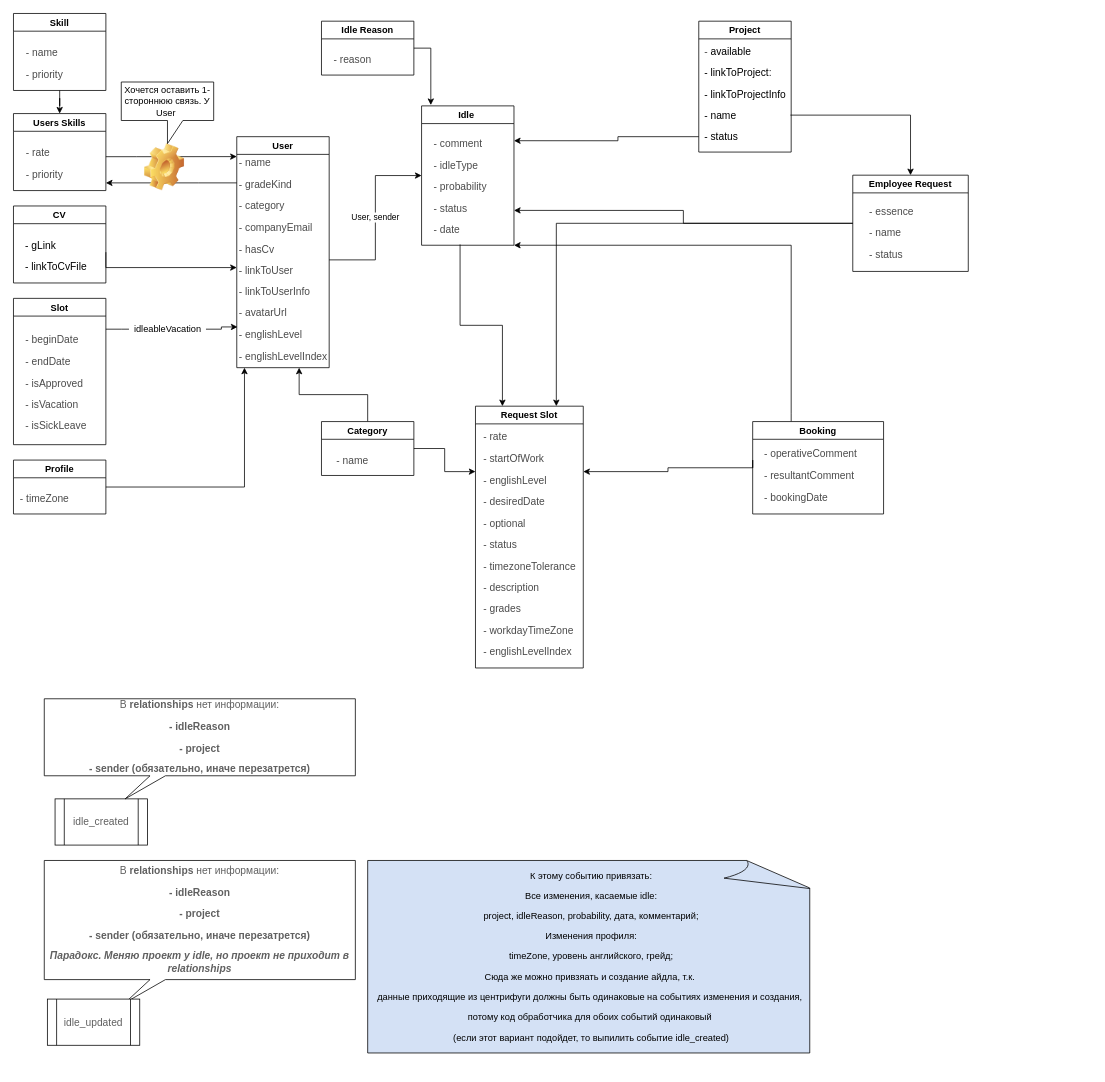
Before: idles/Untitled Diagram.drawio in Nats92/diagrams, a draw.io diagram. Source tidied: cells renumbered, new cells numbered last; positions are measured from the earlier drawing's top-left corner, leaving out a move shared by most shapes. Both pictures are drawn from the tidied source at 77%, with x=0, y=0 at pixel (13, 13).
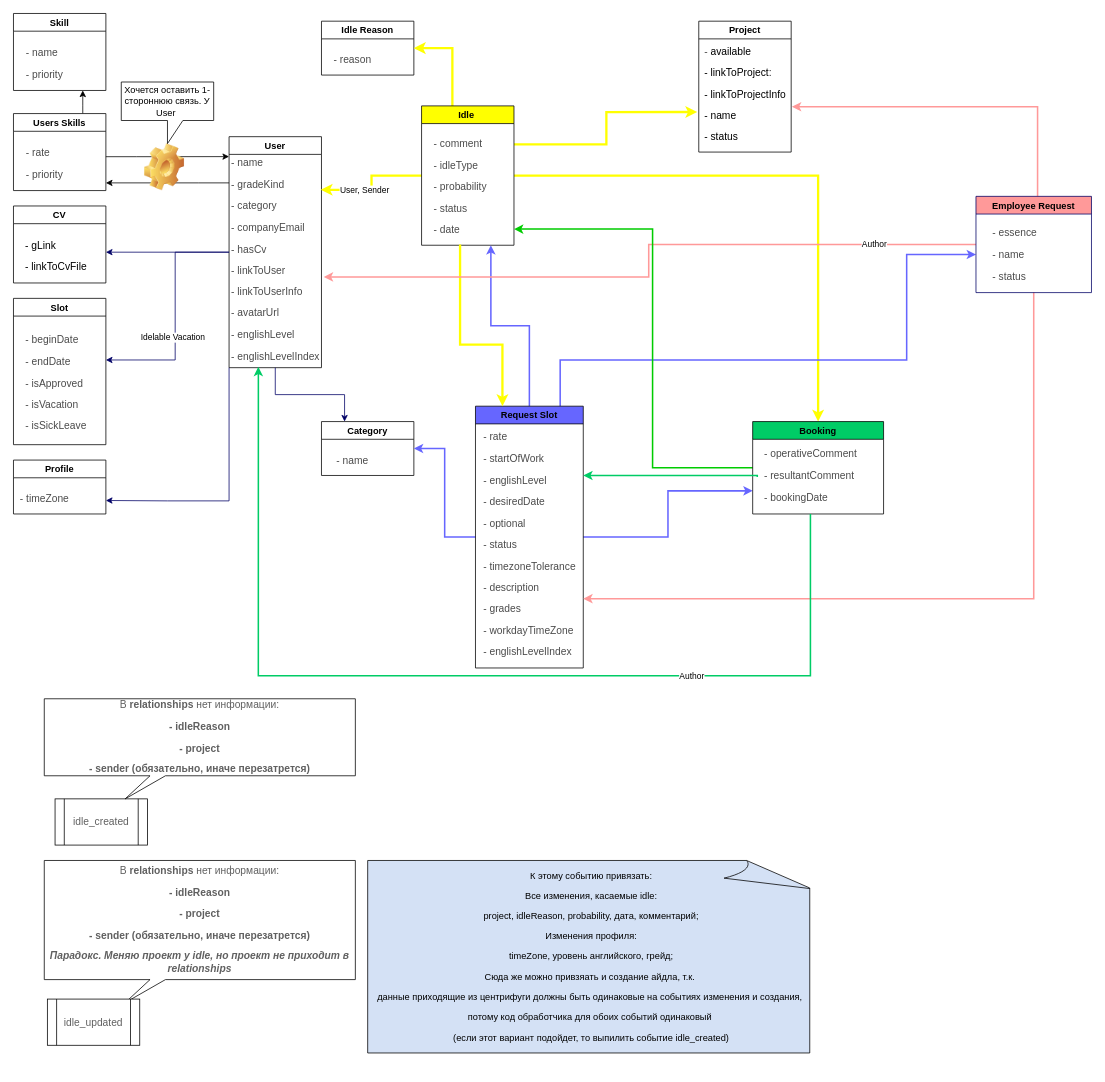
Above is the later version.

Unchanged cells that the change refers to:
```xml
<mxCell id="3" value="Skill" style="swimlane;" parent="1" vertex="1">
  <mxGeometry width="120" height="100" as="geometry" />
</mxCell>
<mxCell id="8" value="Users Skills" style="swimlane;startSize=23;" parent="1" vertex="1">
  <mxGeometry y="130" width="120" height="100" as="geometry" />
</mxCell>
<mxCell id="11" value="Slot" style="swimlane;startSize=23;" parent="1" vertex="1">
  <mxGeometry y="370" width="120" height="190" as="geometry" />
</mxCell>
<mxCell id="14" value="Profile" style="swimlane;" parent="1" vertex="1">
  <mxGeometry y="580" width="120" height="70" as="geometry" />
</mxCell>
<mxCell id="19" value="User" style="swimlane;startSize=23;" parent="18" vertex="1">
  <mxGeometry width="120" height="300" as="geometry" />
</mxCell>
<mxCell id="20" value="&lt;p style=&quot;text-align: left;&quot;&gt;&lt;span style=&quot;font-family: noto_regular; color: rgb(75, 75, 75); font-size: 10pt;&quot;&gt;- name&lt;/span&gt;&lt;/p&gt;&lt;p style=&quot;text-align: left;&quot;&gt;&lt;span style=&quot;font-family: noto_regular; color: rgb(75, 75, 75); font-size: 10pt;&quot;&gt;- gradeKind&lt;/span&gt;&lt;/p&gt;&lt;p style=&quot;text-align: left;&quot;&gt;&lt;span style=&quot;font-family: noto_regular; color: rgb(75, 75, 75); font-size: 10pt;&quot;&gt;- category&lt;/span&gt;&lt;/p&gt;&lt;p style=&quot;text-align: left;&quot;&gt;&lt;span style=&quot;font-family: noto_regular; color: rgb(75, 75, 75); font-size: 10pt;&quot;&gt;- companyEmail&lt;/span&gt;&lt;/p&gt;&lt;p style=&quot;text-align: left;&quot;&gt;&lt;span style=&quot;font-family: noto_regular; color: rgb(75, 75, 75); font-size: 10pt;&quot;&gt;- hasCv&lt;/span&gt;&lt;/p&gt;&lt;p style=&quot;text-align: left;&quot;&gt;&lt;span style=&quot;font-family: noto_regular; color: rgb(75, 75, 75); font-size: 10pt;&quot;&gt;- linkToUser&lt;/span&gt;&lt;/p&gt;&lt;p style=&quot;text-align: left;&quot;&gt;&lt;span style=&quot;font-family: noto_regular; color: rgb(75, 75, 75); font-size: 10pt;&quot;&gt;- linkToUserInfo&lt;/span&gt;&lt;/p&gt;&lt;p style=&quot;text-align: left;&quot;&gt;&lt;span style=&quot;font-family: noto_regular; color: rgb(75, 75, 75); font-size: 10pt;&quot;&gt;- avatarUrl&lt;/span&gt;&lt;/p&gt;&lt;p style=&quot;text-align: left;&quot;&gt;&lt;span style=&quot;font-family: noto_regular; color: rgb(75, 75, 75); font-size: 10pt;&quot;&gt;- englishLevel&lt;/span&gt;&lt;/p&gt;&lt;p style=&quot;text-align: left;&quot;&gt;&lt;span style=&quot;font-family: noto_regular; color: rgb(75, 75, 75); font-size: 10pt;&quot;&gt;- englishLevelIndex&lt;/span&gt;&lt;/p&gt;" style="text;html=1;align=center;verticalAlign=middle;points=[];strokeColor=none;fillColor=none;" parent="18" vertex="1">
  <mxGeometry y="20" width="120" height="280" as="geometry" />
</mxCell>
<mxCell id="26" value="Idle Reason" style="swimlane;" parent="1" vertex="1">
  <mxGeometry x="400" y="10" width="120" height="70" as="geometry" />
</mxCell>
<mxCell id="30" value="Category" style="swimlane;" parent="1" vertex="1">
  <mxGeometry x="400" y="530" width="120" height="70" as="geometry" />
</mxCell>
<mxCell id="33" value="&lt;p style=&quot;text-align: left;&quot;&gt;&lt;span style=&quot;font-family: noto_regular; color: rgb(75, 75, 75); font-size: 10pt;&quot;&gt;- comment&lt;/span&gt;&lt;/p&gt;&lt;p style=&quot;text-align: left;&quot;&gt;&lt;span style=&quot;font-family: noto_regular; color: rgb(75, 75, 75); font-size: 10pt;&quot;&gt;- idleType&lt;/span&gt;&lt;/p&gt;&lt;p style=&quot;text-align: left;&quot;&gt;&lt;span style=&quot;font-family: noto_regular; color: rgb(75, 75, 75); font-size: 10pt;&quot;&gt;- probability&lt;/span&gt;&lt;/p&gt;&lt;p style=&quot;text-align: left;&quot;&gt;&lt;span style=&quot;font-family: noto_regular; color: rgb(75, 75, 75); font-size: 10pt;&quot;&gt;- status&lt;/span&gt;&lt;/p&gt;&lt;p style=&quot;text-align: left;&quot;&gt;&lt;span style=&quot;font-family: noto_regular; color: rgb(75, 75, 75); font-size: 10pt;&quot;&gt;- date&lt;/span&gt;&lt;/p&gt;" style="text;html=1;align=center;verticalAlign=middle;points=[];strokeColor=none;fillColor=none;" parent="32" vertex="1">
  <mxGeometry x="10" y="30" width="80" height="150" as="geometry" />
</mxCell>
<mxCell id="39" value="&lt;p style=&quot;text-align: left;&quot;&gt;&lt;span style=&quot;font-family: noto_regular; color: rgb(75, 75, 75); font-size: 10pt;&quot;&gt;- &lt;/span&gt;&lt;span style=&quot;font-family: noto_regular; color: var(--color-syntax-2); font-size: 10pt;&quot;&gt;available&lt;/span&gt;&lt;/p&gt;&lt;p style=&quot;text-align: left;&quot;&gt;&lt;span style=&quot;font-family: noto_regular; color: var(--color-syntax-2); font-size: 10pt;&quot;&gt;- linkToProject&lt;/span&gt;&lt;span style=&quot;font-family: noto_regular; color: rgb(32, 33, 36); font-size: 10pt;&quot;&gt;:&lt;/span&gt;&lt;/p&gt;&lt;p style=&quot;text-align: left;&quot;&gt;&lt;span style=&quot;font-family: noto_regular; color: var(--color-syntax-2); font-size: 10pt;&quot;&gt;- linkToProjectInfo&lt;/span&gt;&lt;/p&gt;&lt;p style=&quot;text-align: left;&quot;&gt;&lt;span style=&quot;font-family: noto_regular; color: var(--color-syntax-2); font-size: 10pt;&quot;&gt;- name&lt;/span&gt;&lt;/p&gt;&lt;p style=&quot;text-align: left;&quot;&gt;&lt;span style=&quot;font-family: noto_regular; color: var(--color-syntax-2); font-size: 10pt;&quot;&gt;- status&lt;/span&gt;&lt;/p&gt;" style="text;html=1;align=center;verticalAlign=middle;points=[];strokeColor=none;fillColor=none;" parent="38" vertex="1">
  <mxGeometry y="20" width="120" height="150" as="geometry" />
</mxCell>
<mxCell id="48" value="&lt;p style=&quot;text-align: left;&quot;&gt;&lt;span style=&quot;font-family: noto_regular; color: rgb(75, 75, 75); font-size: 10pt;&quot;&gt;- operativeComment &lt;/span&gt;&lt;/p&gt;&lt;p style=&quot;text-align: left;&quot;&gt;&lt;span style=&quot;font-family: noto_regular; color: rgb(75, 75, 75); font-size: 10pt;&quot;&gt;- resultantComment &lt;/span&gt;&lt;/p&gt;&lt;p style=&quot;text-align: left;&quot;&gt;&lt;span style=&quot;font-family: noto_regular; color: rgb(75, 75, 75); font-size: 10pt;&quot;&gt;- bookingDate&lt;/span&gt;&lt;/p&gt;" style="text;html=1;align=center;verticalAlign=middle;points=[];strokeColor=none;fillColor=none;" parent="47" vertex="1">
  <mxGeometry x="10" y="20" width="130" height="100" as="geometry" />
</mxCell>
```

The edit, as a diff of the source:
```diff
@@
-    <mxCell id="2" style="edgeStyle=orthogonalEdgeStyle;rounded=0;jettySize=auto;html=1;" parent="1" edge="1" source="3" target="8">
-      <mxGeometry relative="1" as="geometry" />
-    </mxCell>
@@
+    <mxCell id="61" style="edgeStyle=orthogonalEdgeStyle;rounded=0;jettySize=auto;html=1;entryX=0.75;entryY=1;entryDx=0;entryDy=0;" parent="1" edge="1" source="8" target="3">
+      <mxGeometry relative="1" as="geometry">
+        <Array as="points">
+          <mxPoint x="90" y="120" />
+          <mxPoint x="90" y="120" />
+        </Array>
+      </mxGeometry>
+    </mxCell>
@@
-    <mxCell id="10" style="edgeStyle=orthogonalEdgeStyle;rounded=0;jettySize=auto;html=1;entryX=0.008;entryY=0.811;entryDx=0;entryDy=0;entryPerimeter=0;startArrow=none;" parent="1" edge="1" source="21" target="20">
-      <mxGeometry relative="1" as="geometry">
-        <Array as="points">
-          <mxPoint x="200" y="410" />
-          <mxPoint x="270" y="410" />
-          <mxPoint x="270" y="407" />
-        </Array>
-      </mxGeometry>
-    </mxCell>
@@
-    <mxCell id="13" style="edgeStyle=orthogonalEdgeStyle;rounded=0;jettySize=auto;html=1;" parent="1" edge="1" source="14" target="20">
-      <mxGeometry relative="1" as="geometry">
-        <Array as="points">
-          <mxPoint x="300" y="615" />
-        </Array>
-      </mxGeometry>
-    </mxCell>
@@
-    <mxCell id="17" style="edgeStyle=orthogonalEdgeStyle;rounded=0;jettySize=auto;html=1;" parent="1" edge="1" target="20">
-      <mxGeometry relative="1" as="geometry">
-        <mxPoint x="120" y="310" as="sourcePoint" />
-        <Array as="points">
-          <mxPoint x="120" y="330" />
-        </Array>
-      </mxGeometry>
-    </mxCell>
     <mxCell id="18" style="group;" parent="1" vertex="1">
-      <mxGeometry x="290" y="160" width="120" height="300" as="geometry" />
+      <mxGeometry x="280" y="160" width="120" height="300" as="geometry" />
     </mxCell>
@@
-    <mxCell id="21" value="idleableVacation" style="text;html=1;align=center;verticalAlign=middle;points=[];fillColor=none;strokeColor=none;rounded=0;" parent="1" vertex="1">
-      <mxGeometry x="150" y="400" width="100" height="20" as="geometry" />
-    </mxCell>
-    <mxCell id="22" style="edgeStyle=orthogonalEdgeStyle;rounded=0;jettySize=auto;html=1;endArrow=none;" parent="1" edge="1" source="11">
-      <mxGeometry relative="1" as="geometry">
-        <mxPoint x="150" y="410" as="targetPoint" />
-        <Array as="points">
-          <mxPoint x="140" y="410" />
-          <mxPoint x="140" y="410" />
-        </Array>
-      </mxGeometry>
-    </mxCell>
@@
-    <mxCell id="25" style="edgeStyle=orthogonalEdgeStyle;rounded=0;jettySize=auto;html=1;entryX=0.1;entryY=-0.006;entryDx=0;entryDy=0;entryPerimeter=0;" parent="1" edge="1" source="26" target="32">
-      <mxGeometry relative="1" as="geometry" />
-    </mxCell>
@@
-    <mxCell id="28" style="edgeStyle=orthogonalEdgeStyle;rounded=0;jettySize=auto;html=1;entryX=0.675;entryY=1;entryDx=0;entryDy=0;entryPerimeter=0;" parent="1" edge="1" source="30" target="20">
-      <mxGeometry relative="1" as="geometry" />
-    </mxCell>
-    <mxCell id="29" style="edgeStyle=orthogonalEdgeStyle;rounded=0;jettySize=auto;html=1;entryX=0;entryY=0.25;entryDx=0;entryDy=0;" parent="1" edge="1" source="30" target="35">
-      <mxGeometry relative="1" as="geometry" />
-    </mxCell>
@@
+    <mxCell id="62" style="edgeStyle=orthogonalEdgeStyle;rounded=0;jettySize=auto;html=1;strokeWidth=3;strokeColor=#FFFF00;" parent="1" edge="1" source="32" target="47">
+      <mxGeometry relative="1" as="geometry" />
+    </mxCell>
+    <mxCell id="63" style="edgeStyle=orthogonalEdgeStyle;rounded=0;jettySize=auto;html=1;entryX=1;entryY=0.5;entryDx=0;entryDy=0;strokeColor=#FFFF00;strokeWidth=3;" parent="1" edge="1" source="32" target="26">
+      <mxGeometry relative="1" as="geometry">
+        <Array as="points">
+          <mxPoint x="570" y="45" />
+        </Array>
+      </mxGeometry>
+    </mxCell>
+    <mxCell id="64" style="edgeStyle=orthogonalEdgeStyle;rounded=0;jettySize=auto;html=1;entryX=-0.017;entryY=0.653;entryDx=0;entryDy=0;entryPerimeter=0;strokeWidth=3;strokeColor=#FFFF00;" parent="1" edge="1" source="32" target="39">
+      <mxGeometry relative="1" as="geometry">
+        <Array as="points">
+          <mxPoint x="770" y="170" />
+          <mxPoint x="770" y="128" />
+        </Array>
+      </mxGeometry>
+    </mxCell>
+    <mxCell id="65" style="edgeStyle=orthogonalEdgeStyle;rounded=0;jettySize=auto;html=1;entryX=0.992;entryY=0.175;entryDx=0;entryDy=0;entryPerimeter=0;strokeColor=#FFFF00;strokeWidth=3;" parent="1" edge="1" source="32" target="20">
+      <mxGeometry relative="1" as="geometry" />
+    </mxCell>
+    <mxCell id="66" value="User, Sender" style="edgeLabel;html=1;align=center;verticalAlign=middle;" parent="65" vertex="1">
+      <mxGeometry x="0.26" relative="1" as="geometry">
+        <mxPoint x="1" as="offset" />
+      </mxGeometry>
+    </mxCell>
-    <mxCell id="32" value="Idle " style="swimlane;" parent="1" vertex="1">
+    <mxCell id="32" value="Idle " style="swimlane;fillColor=#FFFF00;" parent="1" vertex="1">
       <mxGeometry x="530" y="120" width="120" height="181" as="geometry" />
     </mxCell>
@@
-    <mxCell id="34" value="User, sender" style="edgeStyle=orthogonalEdgeStyle;rounded=0;jettySize=auto;html=1;entryX=0;entryY=0.5;entryDx=0;entryDy=0;" parent="1" edge="1" source="20" target="32">
-      <mxGeometry relative="1" as="geometry" />
-    </mxCell>
+    <mxCell id="67" style="edgeStyle=orthogonalEdgeStyle;rounded=0;jettySize=auto;html=1;entryX=0.75;entryY=1;entryDx=0;entryDy=0;strokeColor=#6666FF;strokeWidth=2;" parent="1" edge="1" source="35" target="32">
+      <mxGeometry relative="1" as="geometry" />
+    </mxCell>
+    <mxCell id="68" style="edgeStyle=orthogonalEdgeStyle;rounded=0;jettySize=auto;html=1;entryX=0;entryY=0.75;entryDx=0;entryDy=0;strokeWidth=2;strokeColor=#6666FF;" parent="1" edge="1" source="35" target="47">
+      <mxGeometry relative="1" as="geometry" />
+    </mxCell>
+    <mxCell id="69" style="edgeStyle=orthogonalEdgeStyle;rounded=0;jettySize=auto;html=1;strokeColor=#6666FF;strokeWidth=2;" parent="1" edge="1" source="35">
+      <mxGeometry relative="1" as="geometry">
+        <mxPoint x="1250" y="313" as="targetPoint" />
+        <Array as="points">
+          <mxPoint x="710" y="450" />
+          <mxPoint x="1160" y="450" />
+          <mxPoint x="1160" y="313" />
+        </Array>
+      </mxGeometry>
+    </mxCell>
+    <mxCell id="70" style="edgeStyle=orthogonalEdgeStyle;rounded=0;jettySize=auto;html=1;entryX=1;entryY=0.5;entryDx=0;entryDy=0;strokeWidth=2;strokeColor=#6666FF;" parent="1" edge="1" source="35" target="30">
+      <mxGeometry relative="1" as="geometry" />
+    </mxCell>
-    <mxCell id="35" value="Request Slot" style="swimlane;" parent="1" vertex="1">
+    <mxCell id="35" value="Request Slot" style="swimlane;fillColor=#6666FF;" parent="1" vertex="1">
       <mxGeometry x="600" y="510" width="140" height="340" as="geometry" />
     </mxCell>
@@
-    <mxCell id="37" style="edgeStyle=orthogonalEdgeStyle;rounded=0;jettySize=auto;html=1;entryX=0.25;entryY=0;entryDx=0;entryDy=0;" parent="1" edge="1" source="33" target="35">
-      <mxGeometry relative="1" as="geometry" />
+    <mxCell id="37" style="edgeStyle=orthogonalEdgeStyle;rounded=0;jettySize=auto;html=1;entryX=0.25;entryY=0;entryDx=0;entryDy=0;strokeColor=#FFFF00;strokeWidth=3;" parent="1" edge="1" source="33" target="35">
+      <mxGeometry relative="1" as="geometry">
+        <Array as="points">
+          <mxPoint x="580" y="430" />
+          <mxPoint x="635" y="430" />
+        </Array>
+      </mxGeometry>
     </mxCell>
@@
-    <mxCell id="40" style="edgeStyle=orthogonalEdgeStyle;rounded=0;jettySize=auto;html=1;entryX=1;entryY=0.25;entryDx=0;entryDy=0;" parent="1" edge="1" source="39" target="32">
-      <mxGeometry relative="1" as="geometry">
-        <Array as="points">
-          <mxPoint x="785" y="160" />
-          <mxPoint x="785" y="165" />
-        </Array>
-      </mxGeometry>
-    </mxCell>
-    <mxCell id="41" style="edgeStyle=orthogonalEdgeStyle;rounded=0;jettySize=auto;html=1;entryX=1;entryY=0.75;entryDx=0;entryDy=0;" parent="1" edge="1" source="43" target="32">
-      <mxGeometry relative="1" as="geometry" />
-    </mxCell>
-    <mxCell id="42" style="edgeStyle=orthogonalEdgeStyle;rounded=0;jettySize=auto;html=1;entryX=0.75;entryY=0;entryDx=0;entryDy=0;" parent="1" edge="1" source="43" target="35">
-      <mxGeometry relative="1" as="geometry" />
-    </mxCell>
+    <mxCell id="71" style="edgeStyle=orthogonalEdgeStyle;rounded=0;jettySize=auto;html=1;entryX=1.008;entryY=0.607;entryDx=0;entryDy=0;entryPerimeter=0;strokeWidth=2;strokeColor=#FF9999;" parent="1" edge="1" source="43" target="39">
+      <mxGeometry relative="1" as="geometry">
+        <Array as="points">
+          <mxPoint x="1330" y="121" />
+        </Array>
+      </mxGeometry>
+    </mxCell>
+    <mxCell id="72" style="edgeStyle=orthogonalEdgeStyle;rounded=0;jettySize=auto;html=1;entryX=1.025;entryY=0.579;entryDx=0;entryDy=0;entryPerimeter=0;strokeColor=#FF9999;strokeWidth=2;" parent="1" edge="1" source="43" target="20">
+      <mxGeometry relative="1" as="geometry" />
+    </mxCell>
+    <mxCell id="73" value="Author" style="edgeLabel;html=1;align=center;verticalAlign=middle;" parent="72" vertex="1">
+      <mxGeometry x="-0.7" y="-1" relative="1" as="geometry" />
+    </mxCell>
+    <mxCell id="74" style="edgeStyle=orthogonalEdgeStyle;rounded=0;jettySize=auto;html=1;strokeColor=#FF9999;strokeWidth=2;" parent="1" edge="1" source="43">
+      <mxGeometry relative="1" as="geometry">
+        <mxPoint x="740" y="760" as="targetPoint" />
+        <Array as="points">
+          <mxPoint x="1325" y="760" />
+          <mxPoint x="740" y="760" />
+        </Array>
+      </mxGeometry>
+    </mxCell>
-    <mxCell id="43" value="Employee Request" style="swimlane;startSize=23;" parent="1" vertex="1">
-      <mxGeometry x="1090" y="210" width="150" height="125" as="geometry" />
+    <mxCell id="43" value="Employee Request" style="swimlane;startSize=23;fillColor=#FF9999;strokeColor=#000066;" parent="1" vertex="1">
+      <mxGeometry x="1250" y="237.5" width="150" height="125" as="geometry" />
     </mxCell>
@@
-    <mxCell id="45" style="edgeStyle=orthogonalEdgeStyle;rounded=0;jettySize=auto;html=1;exitX=0.992;exitY=0.68;exitDx=0;exitDy=0;exitPerimeter=0;" parent="1" edge="1" source="39" target="43">
-      <mxGeometry relative="1" as="geometry" />
-    </mxCell>
-    <mxCell id="46" style="edgeStyle=orthogonalEdgeStyle;rounded=0;jettySize=auto;html=1;entryX=1;entryY=1;entryDx=0;entryDy=0;" parent="1" edge="1" source="47" target="32">
-      <mxGeometry relative="1" as="geometry">
-        <Array as="points">
-          <mxPoint x="1010" y="520" />
-          <mxPoint x="1010" y="301" />
-        </Array>
-      </mxGeometry>
-    </mxCell>
+    <mxCell id="75" style="edgeStyle=orthogonalEdgeStyle;rounded=0;orthogonalLoop=1;jettySize=auto;html=1;strokeColor=#00CC00;strokeWidth=2;" parent="1" edge="1">
+      <mxGeometry relative="1" as="geometry">
+        <mxPoint x="960" y="590" as="sourcePoint" />
+        <mxPoint x="650" y="280" as="targetPoint" />
+        <Array as="points">
+          <mxPoint x="830" y="590" />
+          <mxPoint x="830" y="280" />
+        </Array>
+      </mxGeometry>
+    </mxCell>
-    <mxCell id="47" value="Booking" style="swimlane;startSize=23;" parent="1" vertex="1">
+    <mxCell id="47" value="Booking" style="swimlane;startSize=23;fillColor=#00CC66;" parent="1" vertex="1">
       <mxGeometry x="960" y="530" width="170" height="120" as="geometry" />
     </mxCell>
@@
-    <mxCell id="49" style="edgeStyle=orthogonalEdgeStyle;rounded=0;jettySize=auto;html=1;entryX=1;entryY=0.25;entryDx=0;entryDy=0;exitX=0;exitY=0.5;exitDx=0;exitDy=0;" parent="1" edge="1" source="47" target="35">
+    <mxCell id="49" style="edgeStyle=orthogonalEdgeStyle;rounded=0;jettySize=auto;html=1;exitX=-0.031;exitY=0.52;exitDx=0;exitDy=0;strokeColor=#00CC66;strokeWidth=2;exitPerimeter=0;" parent="1" edge="1" source="48">
       <mxGeometry relative="1" as="geometry">
+        <mxPoint x="740" y="600" as="targetPoint" />
         <Array as="points">
-          <mxPoint x="960" y="580" />
-          <mxPoint x="960" y="590" />
-          <mxPoint x="850" y="590" />
-          <mxPoint x="850" y="595" />
+          <mxPoint x="966" y="600" />
         </Array>
       </mxGeometry>
     </mxCell>
@@
+    <mxCell id="76" style="edgeStyle=orthogonalEdgeStyle;rounded=0;jettySize=auto;html=1;strokeColor=#000066;" parent="1" edge="1" source="19">
+      <mxGeometry relative="1" as="geometry">
+        <mxPoint x="120" y="450" as="targetPoint" />
+        <Array as="points">
+          <mxPoint x="210" y="310" />
+          <mxPoint x="210" y="450" />
+        </Array>
+      </mxGeometry>
+    </mxCell>
+    <mxCell id="77" value="Idelable Vacation" style="edgeLabel;html=1;align=center;verticalAlign=middle;" parent="76" vertex="1">
+      <mxGeometry x="0.2" y="-4" relative="1" as="geometry" />
+    </mxCell>
+    <mxCell id="78" style="edgeStyle=orthogonalEdgeStyle;rounded=0;jettySize=auto;html=1;strokeColor=#000066;" parent="1" edge="1" source="19">
+      <mxGeometry relative="1" as="geometry">
+        <mxPoint x="120" y="310" as="targetPoint" />
+        <Array as="points">
+          <mxPoint x="120" y="310" />
+        </Array>
+      </mxGeometry>
+    </mxCell>
+    <mxCell id="79" style="edgeStyle=orthogonalEdgeStyle;rounded=0;jettySize=auto;html=1;entryX=1;entryY=0.75;entryDx=0;entryDy=0;strokeColor=#000066;" parent="1" edge="1" source="19" target="14">
+      <mxGeometry relative="1" as="geometry">
+        <Array as="points">
+          <mxPoint x="280" y="633" />
+          <mxPoint x="200" y="633" />
+        </Array>
+      </mxGeometry>
+    </mxCell>
+    <mxCell id="80" style="edgeStyle=orthogonalEdgeStyle;rounded=0;jettySize=auto;html=1;entryX=0.25;entryY=0;entryDx=0;entryDy=0;strokeColor=#000066;" parent="1" edge="1" source="20" target="30">
+      <mxGeometry relative="1" as="geometry" />
+    </mxCell>
+    <mxCell id="81" style="edgeStyle=orthogonalEdgeStyle;rounded=0;jettySize=auto;html=1;entryX=0.317;entryY=0.996;entryDx=0;entryDy=0;entryPerimeter=0;strokeColor=#00CC66;strokeWidth=2;" parent="1" edge="1" source="48" target="20">
+      <mxGeometry relative="1" as="geometry">
+        <Array as="points">
+          <mxPoint x="1035" y="860" />
+          <mxPoint x="318" y="860" />
+        </Array>
+      </mxGeometry>
+    </mxCell>
+    <mxCell id="82" value="Author" style="edgeLabel;html=1;align=center;verticalAlign=middle;" parent="81" vertex="1">
+      <mxGeometry x="-0.45" relative="1" as="geometry" />
+    </mxCell>
```
